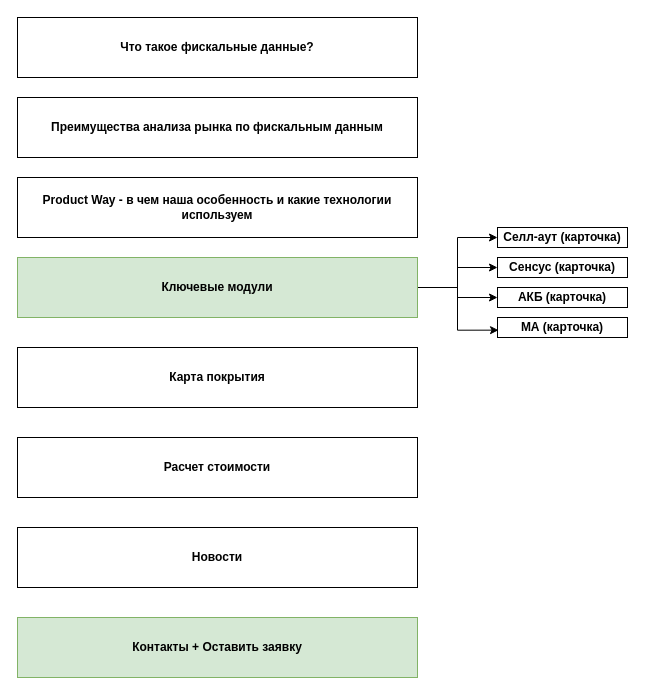
Before: productway.drawio in AleksandraTsygantsova/GB, a draw.io diagram. Source tidied: cells renumbered, new cells numbered last; positions are measured from the earlier drawing's top-left corner, leaving out a move shared by most shapes. Both pictures are drawn from the tidied source at 100%, with x=0, y=0 at pixel (17, 17).
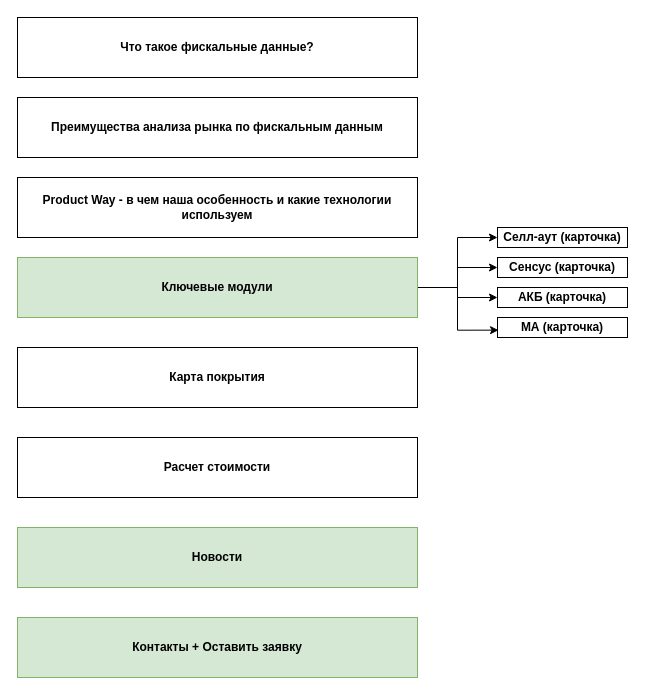
The same page after the edit.

Change to the diagram source:
```diff
@@
 <mxGraphModel>
   <root>
     <mxCell id="0" />
     <mxCell id="1" parent="0" />
     <mxCell id="2" value="&lt;b&gt;Что такое фискальные данные?&lt;br&gt;&lt;/b&gt;" style="rounded=0;whiteSpace=wrap;html=1;" parent="1" vertex="1">
       <mxGeometry width="400" height="60" as="geometry" />
     </mxCell>
     <mxCell id="3" value="Преимущества анализа рынка по фискальным данным" style="rounded=0;whiteSpace=wrap;html=1;fontStyle=1;" parent="1" vertex="1">
       <mxGeometry y="80" width="400" height="60" as="geometry" />
     </mxCell>
     <mxCell id="4" value="Product Way - в чем наша особенность и какие технологии используем" style="rounded=0;whiteSpace=wrap;html=1;fontStyle=1;" parent="1" vertex="1">
       <mxGeometry y="160" width="400" height="60" as="geometry" />
     </mxCell>
     <mxCell id="5" style="edgeStyle=orthogonalEdgeStyle;rounded=0;jettySize=auto;html=1;exitX=1;exitY=0.5;exitDx=0;exitDy=0;entryX=0;entryY=0.5;entryDx=0;entryDy=0;" parent="1" edge="1" source="9" target="16">
       <mxGeometry relative="1" as="geometry" />
     </mxCell>
     <mxCell id="6" style="edgeStyle=orthogonalEdgeStyle;rounded=0;jettySize=auto;html=1;exitX=1;exitY=0.5;exitDx=0;exitDy=0;entryX=0;entryY=0.5;entryDx=0;entryDy=0;" parent="1" edge="1" source="9" target="14">
       <mxGeometry relative="1" as="geometry" />
     </mxCell>
     <mxCell id="7" style="edgeStyle=orthogonalEdgeStyle;rounded=0;jettySize=auto;html=1;exitX=1;exitY=0.5;exitDx=0;exitDy=0;entryX=0;entryY=0.5;entryDx=0;entryDy=0;" parent="1" edge="1" source="9" target="15">
       <mxGeometry relative="1" as="geometry" />
     </mxCell>
     <mxCell id="8" style="edgeStyle=orthogonalEdgeStyle;rounded=0;jettySize=auto;html=1;exitX=1;exitY=0.5;exitDx=0;exitDy=0;entryX=0.008;entryY=0.633;entryDx=0;entryDy=0;entryPerimeter=0;" parent="1" edge="1" source="9" target="17">
       <mxGeometry relative="1" as="geometry" />
     </mxCell>
     <mxCell id="9" value="Ключевые модули" style="rounded=0;whiteSpace=wrap;html=1;fontStyle=1;fillColor=#d5e8d4;strokeColor=#82b366;" parent="1" vertex="1">
       <mxGeometry y="240" width="400" height="60" as="geometry" />
     </mxCell>
     <mxCell id="10" value="Карта покрытия" style="rounded=0;whiteSpace=wrap;html=1;fontStyle=1;" parent="1" vertex="1">
       <mxGeometry y="330" width="400" height="60" as="geometry" />
     </mxCell>
     <mxCell id="11" value="Расчет стоимости" style="rounded=0;whiteSpace=wrap;html=1;fontStyle=1;" parent="1" vertex="1">
       <mxGeometry y="420" width="400" height="60" as="geometry" />
     </mxCell>
-    <mxCell id="12" value="Новости" style="rounded=0;whiteSpace=wrap;html=1;fontStyle=1;" parent="1" vertex="1">
+    <mxCell id="12" value="Новости" style="rounded=0;whiteSpace=wrap;html=1;fontStyle=1;fillColor=#d5e8d4;strokeColor=#82b366;" parent="1" vertex="1">
       <mxGeometry y="510" width="400" height="60" as="geometry" />
     </mxCell>
     <mxCell id="13" value="Контакты + Оставить заявку" style="rounded=0;whiteSpace=wrap;html=1;fontStyle=1;fillColor=#d5e8d4;strokeColor=#82b366;" parent="1" vertex="1">
       <mxGeometry y="600" width="400" height="60" as="geometry" />
     </mxCell>
     <mxCell id="14" value="Сенсус (карточка)" style="rounded=0;whiteSpace=wrap;html=1;fontStyle=1;" parent="1" vertex="1">
       <mxGeometry x="480" y="240" width="130" height="20" as="geometry" />
     </mxCell>
     <mxCell id="15" value="АКБ (карточка)" style="rounded=0;whiteSpace=wrap;html=1;fontStyle=1;" parent="1" vertex="1">
       <mxGeometry x="480" y="270" width="130" height="20" as="geometry" />
     </mxCell>
     <mxCell id="16" value="Селл-аут (карточка)" style="rounded=0;whiteSpace=wrap;html=1;fontStyle=1;" parent="1" vertex="1">
       <mxGeometry x="480" y="210" width="130" height="20" as="geometry" />
     </mxCell>
     <mxCell id="17" value="МА (карточка)" style="rounded=0;whiteSpace=wrap;html=1;fontStyle=1;" parent="1" vertex="1">
       <mxGeometry x="480" y="300" width="130" height="20" as="geometry" />
     </mxCell>
   </root>
 </mxGraphModel>
```
